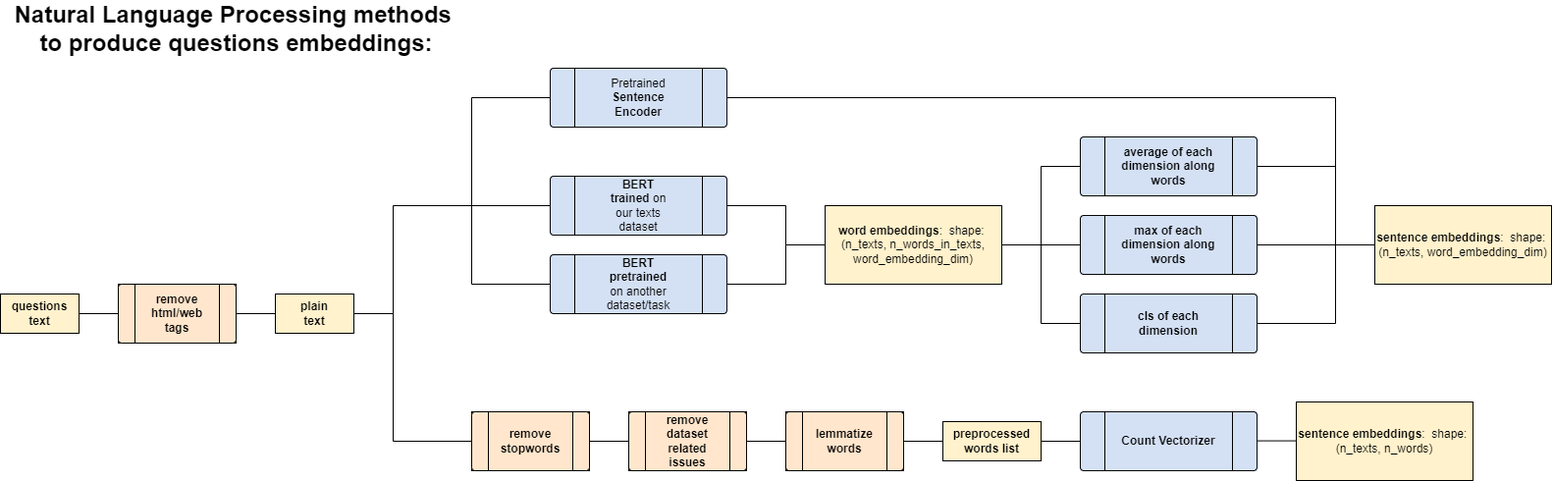
This is Knowledge_Tracing/papers_resumes/images/nlp_methods.drawio.png from SimoneSartoni/POST---NLP-for-KT, a draw.io export, as it was before one commit. Source tidied: cells renumbered, new cells last; positions are measured from the earlier drawing's top-left corner, leaving out a move shared by most shapes.
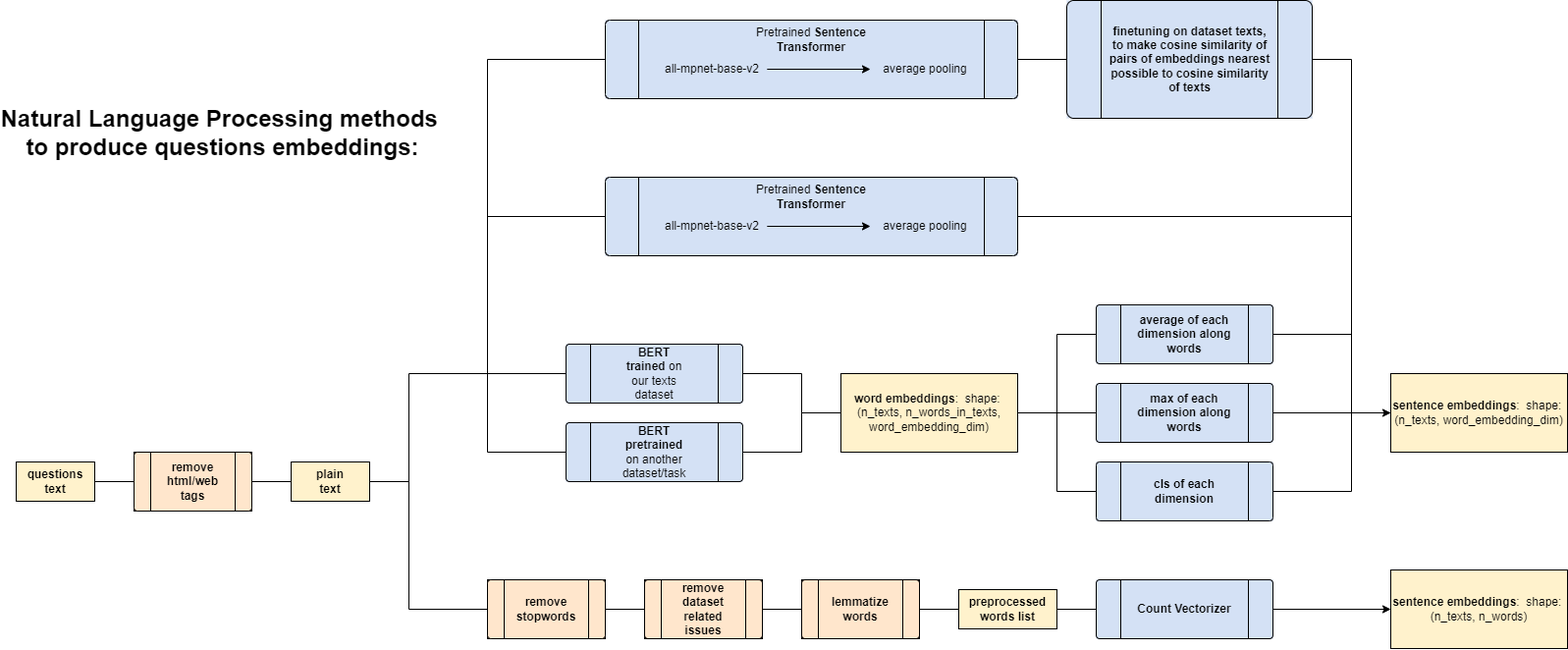
Above is the later version.

The edit, as a diff of the source:
```diff
@@ -43,7 +43,7 @@
       <mxGeometry relative="1" as="geometry">
         <mxPoint x="480" y="200" as="sourcePoint" />
         <Array as="points">
-          <mxPoint x="480" y="90" />
+          <mxPoint x="480" y="40" />
         </Array>
       </mxGeometry>
     </mxCell>
@@ -82,14 +82,23 @@
       <mxGeometry y="20" width="180" height="40" as="geometry" />
     </mxCell>
     <mxCell id="17" style="group;fillColor=#D4E1F5;" parent="1" vertex="1">
-      <mxGeometry x="560" y="60" width="180" height="60" as="geometry" />
+      <mxGeometry x="600" width="420" height="80" as="geometry" />
     </mxCell>
-    <mxCell id="18" style="verticalLabelPosition=bottom;verticalAlign=top;html=1;shape=process;whiteSpace=wrap;rounded=1;size=0.14;arcSize=6;fillColor=#D4E1F5;" parent="17" vertex="1">
-      <mxGeometry width="180" height="60" as="geometry" />
+    <mxCell id="18" style="verticalLabelPosition=bottom;verticalAlign=top;html=1;shape=process;whiteSpace=wrap;rounded=1;size=0.08064516129032258;arcSize=6;fillColor=#D4E1F5;" parent="17" vertex="1">
+      <mxGeometry width="420" height="80" as="geometry" />
     </mxCell>
-    <mxCell id="19" value="Pretrained &lt;b&gt;Sentence Encoder&lt;/b&gt;" style="text;html=1;strokeColor=none;fillColor=none;align=center;verticalAlign=middle;whiteSpace=wrap;rounded=0;" parent="17" vertex="1">
-      <mxGeometry x="60" y="15" width="60" height="30" as="geometry" />
+    <mxCell id="19" value="Pretrained &lt;b&gt;Sentence Transformer&lt;br&gt;&lt;/b&gt;" style="text;html=1;strokeColor=none;fillColor=none;align=center;verticalAlign=middle;whiteSpace=wrap;rounded=0;" parent="17" vertex="1">
+      <mxGeometry x="140" width="140" height="40" as="geometry" />
     </mxCell>
+    <mxCell id="78" value="&lt;pre&gt;&lt;font face=&quot;Helvetica&quot;&gt;average pooling&lt;/font&gt;&lt;/pre&gt;" style="text;html=1;strokeColor=none;fillColor=none;align=center;verticalAlign=middle;whiteSpace=wrap;rounded=0;" parent="17" vertex="1">
+      <mxGeometry x="270" y="30" width="111.8" height="40" as="geometry" />
+    </mxCell>
+    <mxCell id="79" style="edgeStyle=orthogonalEdgeStyle;rounded=0;jettySize=auto;html=1;fontFamily=Helvetica;fontSize=9;fontColor=#000000;entryX=0;entryY=0.5;entryDx=0;entryDy=0;" parent="17" edge="1" source="80" target="78">
+      <mxGeometry relative="1" as="geometry" />
+    </mxCell>
+    <mxCell id="80" value="&lt;pre&gt;&lt;font face=&quot;Helvetica&quot;&gt;all-mpnet-base-v2&lt;/font&gt;&lt;/pre&gt;" style="text;html=1;strokeColor=none;fillColor=none;align=center;verticalAlign=middle;whiteSpace=wrap;rounded=0;" parent="17" vertex="1">
+      <mxGeometry x="53" y="30" width="111.8" height="40" as="geometry" />
+    </mxCell>
     <mxCell id="20" style="group;fillColor=#D4E1F5;" parent="1" vertex="1">
       <mxGeometry x="560" y="250" width="180" height="60" as="geometry" />
     </mxCell>
@@ -220,7 +229,7 @@
       <mxGeometry relative="1" as="geometry">
         <mxPoint x="1360" y="240" as="targetPoint" />
         <Array as="points">
-          <mxPoint x="1360" y="90" />
+          <mxPoint x="1360" y="40" />
         </Array>
       </mxGeometry>
     </mxCell>
@@ -241,15 +250,6 @@
         </Array>
       </mxGeometry>
     </mxCell>
-    <mxCell id="61" style="endArrow=none;html=1;rounded=0;exitX=1;exitY=0.5;exitDx=0;exitDy=0;" parent="1" edge="1" source="53">
-      <mxGeometry relative="1" as="geometry">
-        <mxPoint x="1400" y="240" as="targetPoint" />
-        <Array as="points">
-          <mxPoint x="1360" y="320" />
-          <mxPoint x="1360" y="240" />
-        </Array>
-      </mxGeometry>
-    </mxCell>
     <mxCell id="62" style="group;fillColor=#fff2cc;strokeColor=#d6b656;" parent="1" vertex="1">
       <mxGeometry x="1400" y="200" width="180" height="80" as="geometry" />
     </mxCell>
@@ -259,6 +259,15 @@
     <mxCell id="64" value="&lt;b&gt;sentence embeddings&lt;/b&gt;:&amp;nbsp; shape: &lt;br&gt;(n_texts, word_embedding_dim)" style="text;html=1;strokeColor=none;fillColor=none;align=center;verticalAlign=middle;whiteSpace=wrap;rounded=0;" parent="62" vertex="1">
       <mxGeometry y="20" width="180" height="40" as="geometry" />
     </mxCell>
+    <mxCell id="61" style="endArrow=none;html=1;rounded=0;exitX=1;exitY=0.5;exitDx=0;exitDy=0;" parent="1" edge="1" source="53">
+      <mxGeometry relative="1" as="geometry">
+        <mxPoint x="1400" y="240" as="targetPoint" />
+        <Array as="points">
+          <mxPoint x="1360" y="320" />
+          <mxPoint x="1360" y="240" />
+        </Array>
+      </mxGeometry>
+    </mxCell>
     <mxCell id="65" style="endArrow=none;html=1;rounded=0;exitX=1;exitY=0.5;exitDx=0;exitDy=0;" parent="1" edge="1" source="44">
       <mxGeometry relative="1" as="geometry">
         <mxPoint x="1100" y="440" as="targetPoint" />
@@ -273,14 +282,8 @@
     <mxCell id="68" value="&lt;b&gt;Count Vectorizer&lt;br&gt;&lt;/b&gt;" style="text;html=1;strokeColor=none;fillColor=none;align=center;verticalAlign=middle;whiteSpace=wrap;rounded=0;" parent="66" vertex="1">
       <mxGeometry x="30" y="15" width="120" height="30" as="geometry" />
     </mxCell>
-    <mxCell id="69" style="endArrow=none;html=1;rounded=0;exitX=1;exitY=0.5;exitDx=0;exitDy=0;" parent="1" edge="1">
-      <mxGeometry relative="1" as="geometry">
-        <mxPoint x="1280" y="439.6" as="sourcePoint" />
-        <mxPoint x="1320" y="439.6" as="targetPoint" />
-      </mxGeometry>
-    </mxCell>
     <mxCell id="70" style="group;fillColor=#fff2cc;strokeColor=#d6b656;" parent="1" vertex="1">
-      <mxGeometry x="1320" y="400" width="180" height="80" as="geometry" />
+      <mxGeometry x="1400" y="400" width="180" height="80" as="geometry" />
     </mxCell>
     <mxCell id="71" style="rounded=0;whiteSpace=wrap;html=1;fillColor=#FFF2CC;" parent="70" vertex="1">
       <mxGeometry width="180" height="80" as="geometry" />
@@ -301,7 +304,69 @@
       <mxGeometry x="40" y="15" width="40" height="30" as="geometry" />
     </mxCell>
     <mxCell id="77" value="Natural Language Processing methods &lt;br&gt;to produce questions embeddings:" style="text;strokeColor=none;fillColor=none;html=1;fontSize=24;fontStyle=1;verticalAlign=middle;align=center;dashed=1;" parent="1" vertex="1">
-      <mxGeometry x="190" width="100" height="40" as="geometry" />
+      <mxGeometry x="160" y="-120" width="100" height="150" as="geometry" />
     </mxCell>
+    <mxCell id="81" style="endArrow=none;html=1;rounded=0;entryX=0;entryY=0.5;entryDx=0;entryDy=0;" parent="1" edge="1" target="85">
+      <mxGeometry relative="1" as="geometry">
+        <mxPoint x="480" y="200" as="sourcePoint" />
+        <Array as="points">
+          <mxPoint x="480" y="-120" />
+        </Array>
+      </mxGeometry>
+    </mxCell>
+    <mxCell id="82" style="endArrow=none;html=1;rounded=0;exitX=1;exitY=0.5;exitDx=0;exitDy=0;" parent="1" edge="1" source="92">
+      <mxGeometry relative="1" as="geometry">
+        <mxPoint x="1360" y="130" as="targetPoint" />
+        <Array as="points">
+          <mxPoint x="1360" y="-120" />
+        </Array>
+      </mxGeometry>
+    </mxCell>
+    <mxCell id="83" style="edgeStyle=orthogonalEdgeStyle;rounded=0;jettySize=auto;html=1;exitX=0;exitY=0.5;exitDx=0;exitDy=0;fontFamily=Helvetica;fontSize=9;fontColor=#000000;" parent="1" edge="1" source="78">
+      <mxGeometry relative="1" as="geometry">
+        <mxPoint x="870" y="50.3" as="targetPoint" />
+      </mxGeometry>
+    </mxCell>
+    <mxCell id="84" style="group;fillColor=#D4E1F5;" parent="1" vertex="1">
+      <mxGeometry x="600" y="-160" width="420" height="80" as="geometry" />
+    </mxCell>
+    <mxCell id="85" style="verticalLabelPosition=bottom;verticalAlign=top;html=1;shape=process;whiteSpace=wrap;rounded=1;size=0.08064516129032258;arcSize=6;fillColor=#D4E1F5;" parent="84" vertex="1">
+      <mxGeometry width="420" height="80" as="geometry" />
+    </mxCell>
+    <mxCell id="86" value="Pretrained &lt;b&gt;Sentence Transformer&lt;br&gt;&lt;/b&gt;" style="text;html=1;strokeColor=none;fillColor=none;align=center;verticalAlign=middle;whiteSpace=wrap;rounded=0;" parent="84" vertex="1">
+      <mxGeometry x="140" width="140" height="40" as="geometry" />
+    </mxCell>
+    <mxCell id="87" value="&lt;pre&gt;&lt;font face=&quot;Helvetica&quot;&gt;average pooling&lt;/font&gt;&lt;/pre&gt;" style="text;html=1;strokeColor=none;fillColor=none;align=center;verticalAlign=middle;whiteSpace=wrap;rounded=0;" parent="84" vertex="1">
+      <mxGeometry x="270" y="30" width="111.8" height="40" as="geometry" />
+    </mxCell>
+    <mxCell id="88" style="edgeStyle=orthogonalEdgeStyle;rounded=0;jettySize=auto;html=1;fontFamily=Helvetica;fontSize=9;fontColor=#000000;entryX=0;entryY=0.5;entryDx=0;entryDy=0;" parent="84" edge="1" source="89" target="87">
+      <mxGeometry relative="1" as="geometry" />
+    </mxCell>
+    <mxCell id="89" value="&lt;pre&gt;&lt;font face=&quot;Helvetica&quot;&gt;all-mpnet-base-v2&lt;/font&gt;&lt;/pre&gt;" style="text;html=1;strokeColor=none;fillColor=none;align=center;verticalAlign=middle;whiteSpace=wrap;rounded=0;" parent="84" vertex="1">
+      <mxGeometry x="53" y="30" width="111.8" height="40" as="geometry" />
+    </mxCell>
+    <mxCell id="90" style="edgeStyle=orthogonalEdgeStyle;rounded=0;jettySize=auto;html=1;exitX=0;exitY=0.5;exitDx=0;exitDy=0;fontFamily=Helvetica;fontSize=9;fontColor=#000000;" parent="1" edge="1" source="87">
+      <mxGeometry relative="1" as="geometry">
+        <mxPoint x="870" y="-109.7" as="targetPoint" />
+      </mxGeometry>
+    </mxCell>
+    <mxCell id="91" style="group;fillColor=#D4E1F5;" parent="1" vertex="1">
+      <mxGeometry x="1070" y="-180" width="250" height="120" as="geometry" />
+    </mxCell>
+    <mxCell id="92" style="verticalLabelPosition=bottom;verticalAlign=top;html=1;shape=process;whiteSpace=wrap;rounded=1;size=0.14;arcSize=6;fillColor=#D4E1F5;" parent="91" vertex="1">
+      <mxGeometry width="250" height="120" as="geometry" />
+    </mxCell>
+    <mxCell id="93" value="&lt;b&gt;finetuning on dataset texts, to make cosine similarity of pairs of embeddings nearest possible to cosine similarity of texts&lt;/b&gt;" style="text;html=1;strokeColor=none;fillColor=none;align=center;verticalAlign=middle;whiteSpace=wrap;rounded=0;" parent="91" vertex="1">
+      <mxGeometry x="41.7" y="30" width="166.7" height="60" as="geometry" />
+    </mxCell>
+    <mxCell id="94" style="endArrow=none;html=1;rounded=0;fontFamily=Helvetica;fontSize=9;fontColor=#000000;exitX=1;exitY=0.5;exitDx=0;exitDy=0;entryX=0;entryY=0.5;entryDx=0;entryDy=0;" parent="1" edge="1" source="85" target="92">
+      <mxGeometry relative="1" as="geometry" />
+    </mxCell>
+    <mxCell id="95" style="endArrow=classic;html=1;rounded=0;fontFamily=Helvetica;fontSize=9;fontColor=#000000;exitX=1;exitY=0.5;exitDx=0;exitDy=0;entryX=0;entryY=0.5;entryDx=0;entryDy=0;" parent="1" edge="1" source="47" target="64">
+      <mxGeometry relative="1" as="geometry" />
+    </mxCell>
+    <mxCell id="96" style="endArrow=classic;html=1;rounded=0;fontFamily=Helvetica;fontSize=9;fontColor=#000000;exitX=1;exitY=0.5;exitDx=0;exitDy=0;entryX=0;entryY=0.5;entryDx=0;entryDy=0;" parent="1" edge="1" source="67" target="72">
+      <mxGeometry relative="1" as="geometry" />
+    </mxCell>
   </root>
 </mxGraphModel>
```
